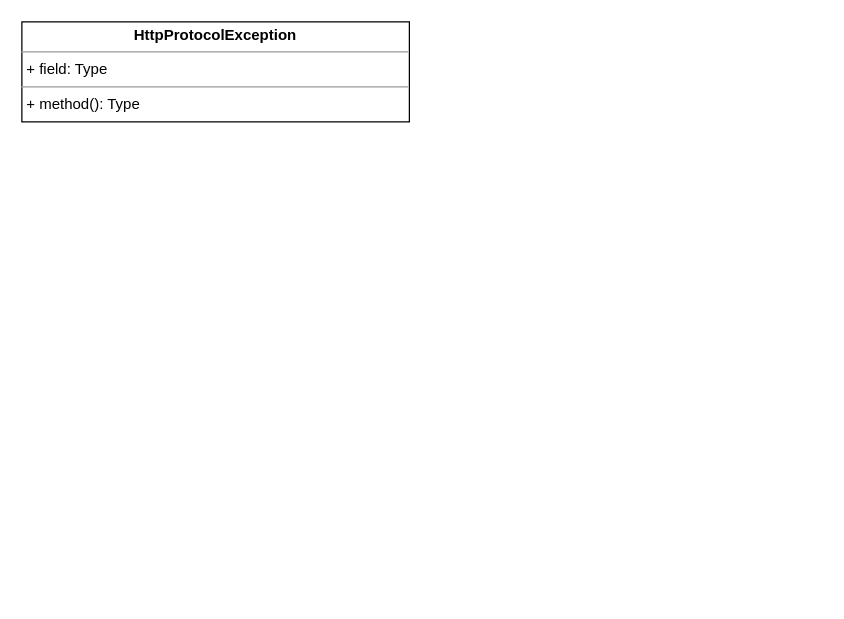
This is UNI-17066.drawio from ShiryaevNikolay/diagrams, a draw.io file, before an edit. Source tidied: cells renumbered, new cells numbered last; positions are measured from the earlier drawing's top-left corner, leaving out a move shared by most shapes. Both pictures are drawn from the tidied source at 125%, with x=0, y=0 at pixel (21, 21).
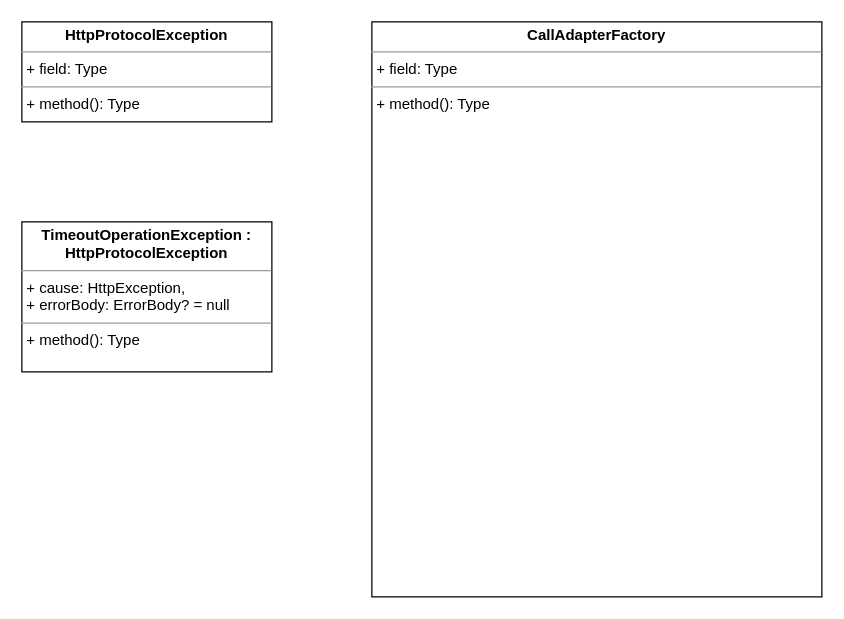
Above is the later version.

Diff of the diagram source:
```diff
@@
 <mxGraphModel>
   <root>
     <mxCell id="0" />
     <mxCell id="1" parent="0" />
     <mxCell id="2" value="&lt;p style=&quot;margin:0px;margin-top:4px;text-align:center;&quot;&gt;&lt;b&gt;HttpProtocolException&lt;/b&gt;&lt;/p&gt;&lt;hr size=&quot;1&quot;&gt;&lt;p style=&quot;margin:0px;margin-left:4px;&quot;&gt;+ field: Type&lt;/p&gt;&lt;hr size=&quot;1&quot;&gt;&lt;p style=&quot;margin:0px;margin-left:4px;&quot;&gt;+ method(): Type&lt;/p&gt;" style="verticalAlign=top;align=left;overflow=fill;fontSize=12;fontFamily=Helvetica;html=1;" parent="1" vertex="1">
-      <mxGeometry width="310" height="80" as="geometry" />
+      <mxGeometry width="200" height="80" as="geometry" />
     </mxCell>
+    <mxCell id="3" value="&lt;p style=&quot;margin:0px;margin-top:4px;text-align:center;&quot;&gt;&lt;b&gt;TimeoutOperationException :&lt;br&gt;HttpProtocolException&lt;/b&gt;&lt;br&gt;&lt;/p&gt;&lt;hr size=&quot;1&quot;&gt;&lt;p style=&quot;margin:0px;margin-left:4px;&quot;&gt;+ cause: HttpException,&lt;br&gt;+ errorBody: ErrorBody? = null&lt;/p&gt;&lt;hr size=&quot;1&quot;&gt;&lt;p style=&quot;margin:0px;margin-left:4px;&quot;&gt;+ method(): Type&lt;/p&gt;" style="verticalAlign=top;align=left;overflow=fill;fontSize=12;fontFamily=Helvetica;html=1;" parent="1" vertex="1">
+      <mxGeometry y="160" width="200" height="120" as="geometry" />
+    </mxCell>
+    <mxCell id="4" value="&lt;p style=&quot;margin:0px;margin-top:4px;text-align:center;&quot;&gt;&lt;b&gt;CallAdapterFactory&lt;/b&gt;&lt;/p&gt;&lt;hr size=&quot;1&quot;&gt;&lt;p style=&quot;margin:0px;margin-left:4px;&quot;&gt;+ field: Type&lt;/p&gt;&lt;hr size=&quot;1&quot;&gt;&lt;p style=&quot;margin:0px;margin-left:4px;&quot;&gt;+ method(): Type&lt;/p&gt;" style="verticalAlign=top;align=left;overflow=fill;fontSize=12;fontFamily=Helvetica;html=1;" parent="1" vertex="1">
+      <mxGeometry x="280" width="360" height="460" as="geometry" />
+    </mxCell>
   </root>
 </mxGraphModel>
```
